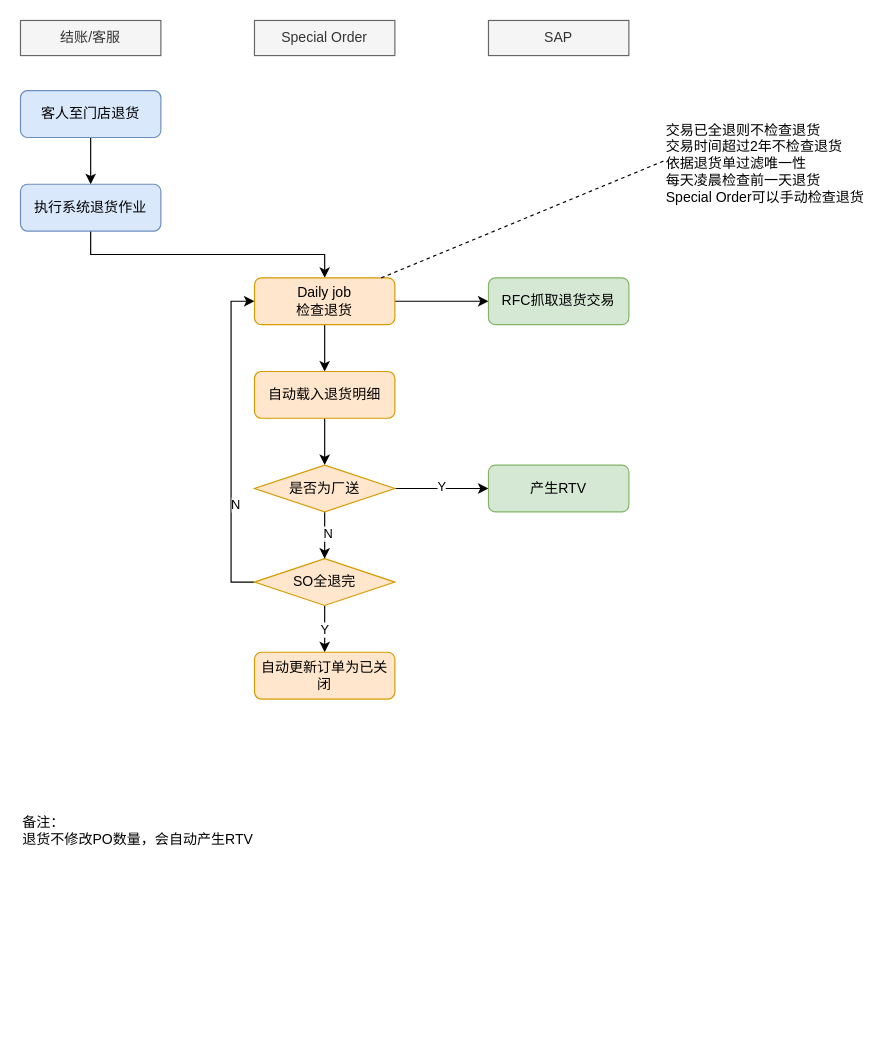
Before: page "退货" (2 of 2) of Special Order.drawio in luss613/draw.io, a draw.io diagram. Source tidied: cells renumbered, new cells numbered last; positions are measured from the earlier drawing's top-left corner, leaving out a move shared by most shapes. Both pictures are drawn from the tidied source at 117%, with x=0, y=0 at pixel (20, 20).
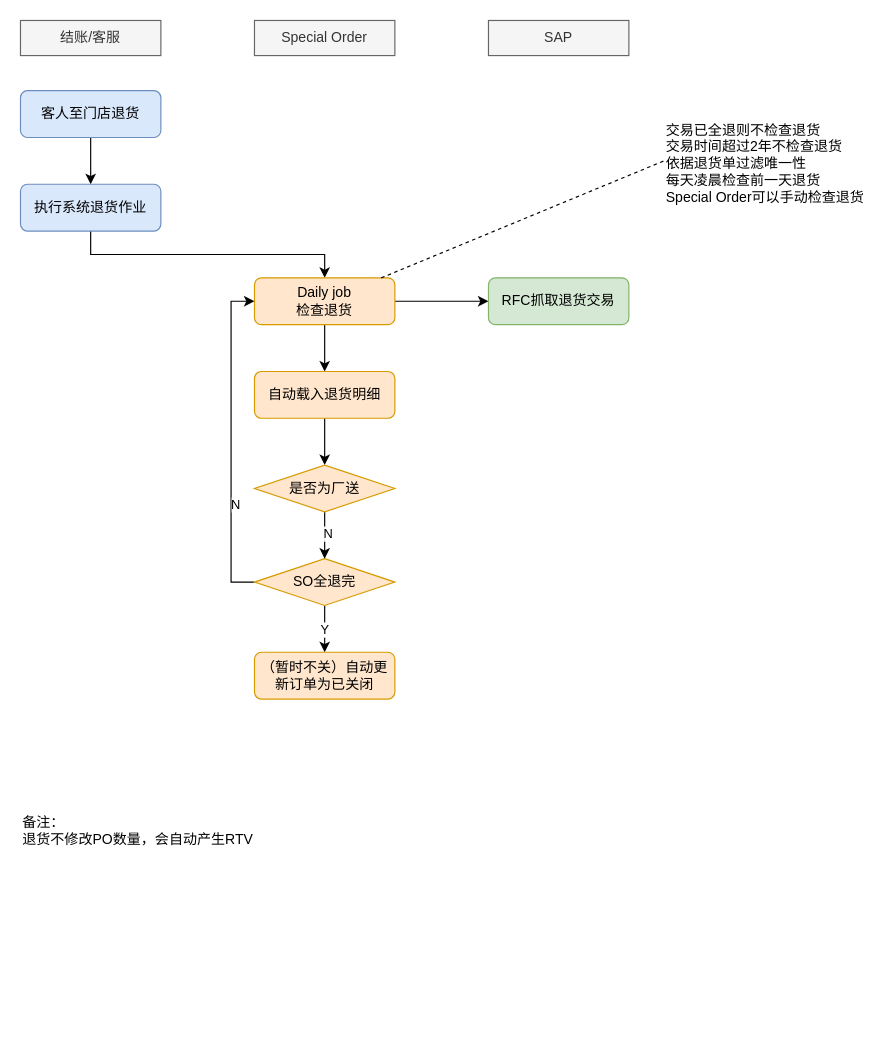
Above is the later version.

The change refers to these unchanged cells:
```xml
<mxCell id="29" value="是否为厂送" style="rhombus;whiteSpace=wrap;html=1;fillColor=#ffe6cc;strokeColor=#d79b00;" parent="1" vertex="1">
  <mxGeometry x="200" y="380" width="120" height="40" as="geometry" />
</mxCell>
```

Change to the diagram source:
```diff
@@
-    <mxCell id="15" style="edgeStyle=orthogonalEdgeStyle;rounded=0;jettySize=auto;html=1;exitX=1;exitY=0.5;exitDx=0;exitDy=0;" parent="1" edge="1" source="29" target="19">
-      <mxGeometry relative="1" as="geometry" />
-    </mxCell>
-    <mxCell id="16" value="Y" style="edgeLabel;html=1;align=center;verticalAlign=middle;" parent="15" vertex="1">
-      <mxGeometry x="-0.03" y="2" relative="1" as="geometry" />
-    </mxCell>
@@
-    <mxCell id="19" value="产生RTV" style="rounded=1;whiteSpace=wrap;html=1;fontSize=12;glass=0;strokeWidth=1;shadow=0;fillColor=#d5e8d4;strokeColor=#82b366;" parent="1" vertex="1">
-      <mxGeometry x="400" y="380" width="120" height="40" as="geometry" />
-    </mxCell>
@@
-    <mxCell id="26" value="自动更新订单为已关闭" style="rounded=1;whiteSpace=wrap;html=1;fontSize=12;glass=0;strokeWidth=1;shadow=0;fillColor=#ffe6cc;strokeColor=#d79b00;" parent="1" vertex="1">
+    <mxCell id="26" value="（暂时不关）自动更新订单为已关闭" style="rounded=1;whiteSpace=wrap;html=1;fontSize=12;glass=0;strokeWidth=1;shadow=0;fillColor=#ffe6cc;strokeColor=#d79b00;" parent="1" vertex="1">
       <mxGeometry x="200" y="540" width="120" height="40" as="geometry" />
     </mxCell>
```
